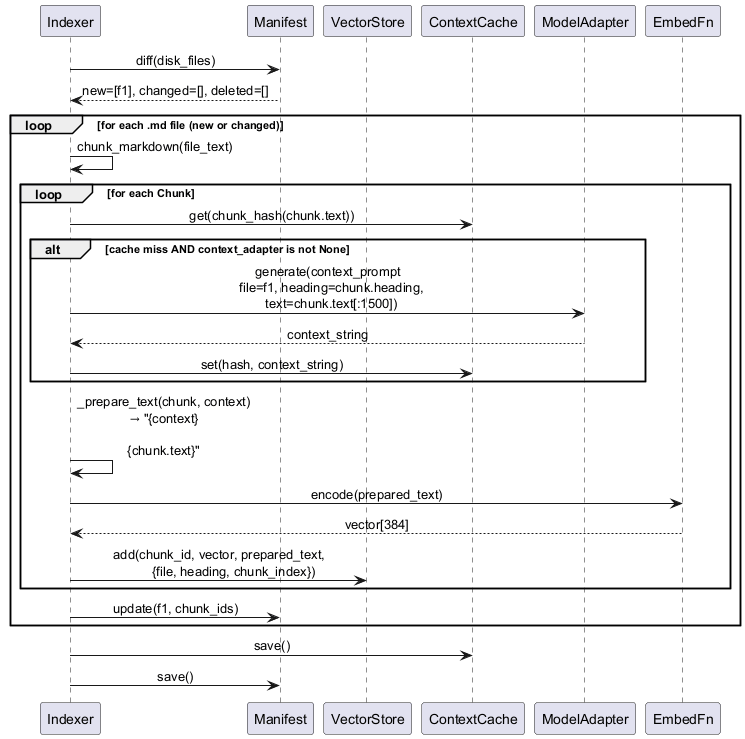
Above: docs/specs/modules/engine-indexer-seq.png in mailtocsprasad/ai-kb-quiz (PlantUML), before the change.
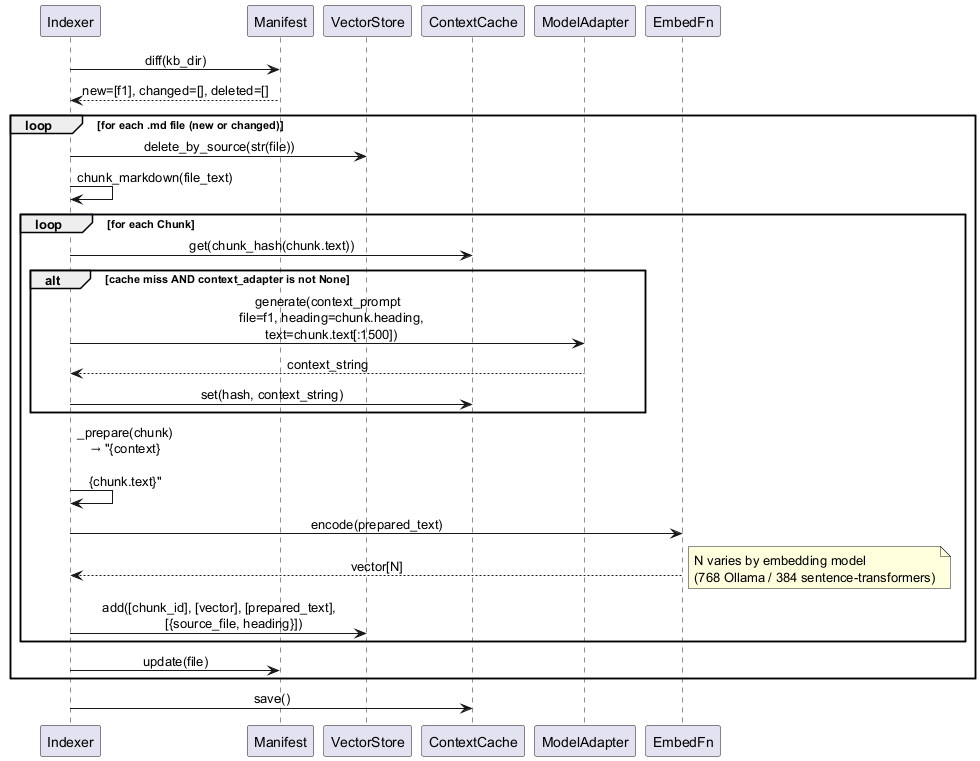
The same diagram one commit later.

Diff of the diagram source:
```diff
@@ -8,10 +8,11 @@
 participant "ModelAdapter" as MA
 participant "EmbedFn" as EMB
 
-IDX -> MAN : diff(disk_files)
+IDX -> MAN : diff(kb_dir)
 MAN --> IDX : new=[f1], changed=[], deleted=[]
 
 loop for each .md file (new or changed)
+  IDX -> VS : delete_by_source(str(file))
   IDX -> IDX : chunk_markdown(file_text)
 
   loop for each Chunk
@@ -22,16 +23,16 @@
       IDX -> CC : set(hash, context_string)
     end
 
-    IDX -> IDX : _prepare_text(chunk, context)\n→ "{context}\n\n{chunk.text}"
+    IDX -> IDX : _prepare(chunk)\n→ "{context}\n\n{chunk.text}"
     IDX -> EMB : encode(prepared_text)
-    EMB --> IDX : vector[384]
-    IDX -> VS : add(chunk_id, vector, prepared_text,\n        {file, heading, chunk_index})
+    EMB --> IDX : vector[N]
+    note right : N varies by embedding model\n(768 Ollama / 384 sentence-transformers)
+    IDX -> VS : add([chunk_id], [vector], [prepared_text],\n        [{source_file, heading}])
   end
 
-  IDX -> MAN : update(f1, chunk_ids)
+  IDX -> MAN : update(file)
 end
 
 IDX -> CC : save()
-IDX -> MAN : save()
 
 @enduml
```
